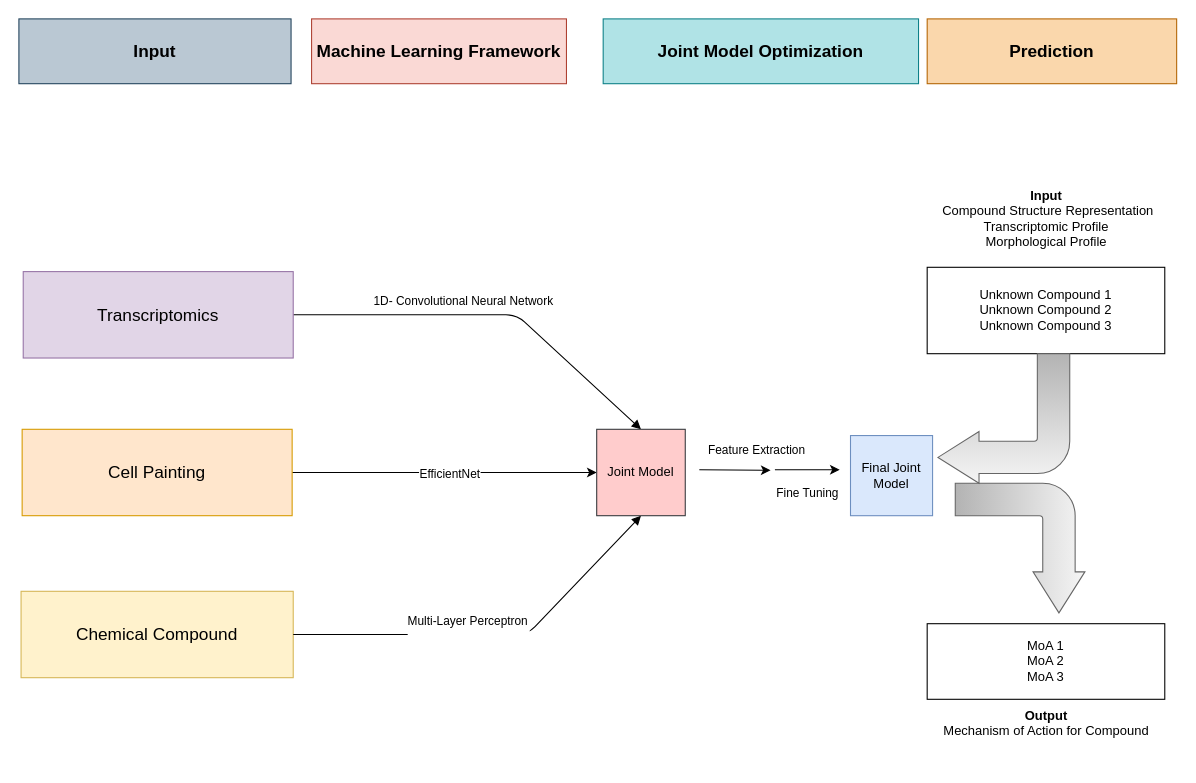
Before: page "Page-2" (2 of 2) of data_for_models/Algorithm_Rep.drawio in sverige16/m_thesis, a draw.io diagram. Source tidied: cells renumbered, new cells numbered last; positions are measured from the earlier drawing's top-left corner, leaving out a move shared by most shapes. Both pictures are drawn from the tidied source at 108%, with x=0, y=0 at pixel (18, 18).
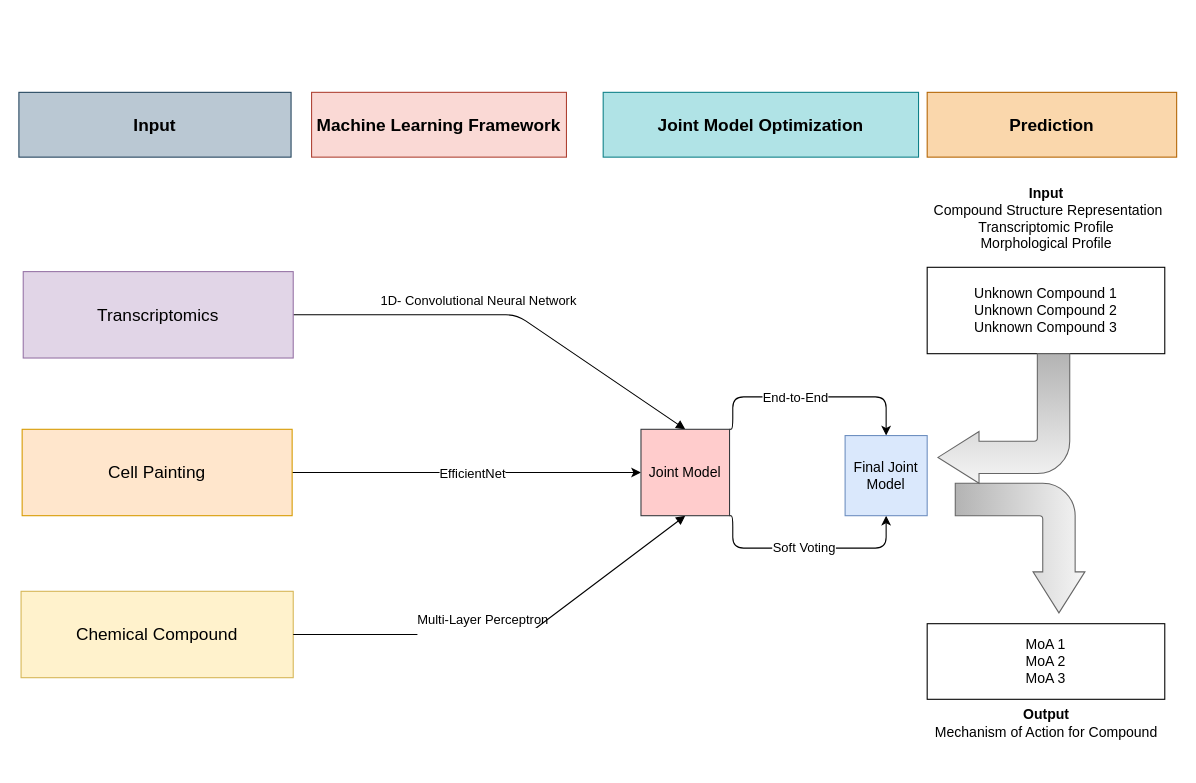
After the change.

Unchanged cells that the change refers to:
```xml
<mxCell id="3" value="&lt;font style=&quot;font-size: 16px;&quot;&gt;Transcriptomics&lt;br&gt;&lt;/font&gt;" style="rounded=0;whiteSpace=wrap;html=1;fillColor=#e1d5e7;strokeColor=#9673a6;" parent="1" vertex="1">
  <mxGeometry x="4" y="234" width="250" height="80" as="geometry" />
</mxCell>
<mxCell id="4" value="&lt;font style=&quot;font-size: 16px;&quot;&gt;Chemical Compound&lt;br&gt;&lt;/font&gt;" style="rounded=0;whiteSpace=wrap;html=1;fillColor=#fff2cc;strokeColor=#d6b656;" parent="1" vertex="1">
  <mxGeometry x="2" y="530" width="252" height="80" as="geometry" />
</mxCell>
<mxCell id="5" style="edgeStyle=orthogonalEdgeStyle;rounded=0;jettySize=auto;html=1;entryX=0;entryY=0.5;entryDx=0;entryDy=0;" parent="1" edge="1" source="7" target="9">
  <mxGeometry relative="1" as="geometry" />
</mxCell>
```

The edit, as a diff of the source:
```diff
@@
-    <mxCell id="2" value="1D- Convolutional Neural Network" style="verticalAlign=bottom;endArrow=block;shadow=0;strokeWidth=1;exitX=1;exitY=0.5;exitDx=0;exitDy=0;entryX=0.5;entryY=0;entryDx=0;entryDy=0;" parent="1" edge="1" source="3" target="9">
+    <mxCell id="2" value="1D- Convolutional Neural Network" style="verticalAlign=bottom;endArrow=block;shadow=0;strokeWidth=1;exitX=1;exitY=0.5;exitDx=0;exitDy=0;entryX=0.5;entryY=0;entryDx=0;entryDy=0;fontSize=12;" parent="1" edge="1" source="3" target="9">
       <mxGeometry x="-0.13" y="4" relative="1" as="geometry">
         <Array as="points">
           <mxPoint x="461" y="274" />
         </Array>
       </mxGeometry>
     </mxCell>
@@
-    <mxCell id="6" value="EfficientNet" style="edgeLabel;html=1;align=center;verticalAlign=middle;" parent="5" vertex="1">
+    <mxCell id="6" value="&lt;font style=&quot;font-size: 12px;&quot;&gt;EfficientNet&lt;/font&gt;" style="edgeLabel;html=1;align=center;verticalAlign=middle;" parent="5" vertex="1">
       <mxGeometry x="0.03" y="-1" relative="1" as="geometry" />
     </mxCell>
@@
-    <mxCell id="8" value="Multi-Layer Perceptron&#10;" style="verticalAlign=bottom;endArrow=block;shadow=0;strokeWidth=1;exitX=1;exitY=0.5;exitDx=0;exitDy=0;entryX=0.5;entryY=1;entryDx=0;entryDy=0;" parent="1" edge="1" source="4" target="9">
+    <mxCell id="8" value="Multi-Layer Perceptron&#10;" style="verticalAlign=bottom;endArrow=block;shadow=0;strokeWidth=1;exitX=1;exitY=0.5;exitDx=0;exitDy=0;entryX=0.5;entryY=1;entryDx=0;entryDy=0;fontSize=12;" parent="1" edge="1" source="4" target="9">
       <mxGeometry x="-0.12" y="-10" relative="1" as="geometry">
         <Array as="points">
           <mxPoint x="471" y="570" />
         </Array>
       </mxGeometry>
     </mxCell>
+    <mxCell id="24" style="edgeStyle=orthogonalEdgeStyle;jettySize=auto;html=1;exitX=1;exitY=0;exitDx=0;exitDy=0;entryX=0.5;entryY=0;entryDx=0;entryDy=0;rounded=1;" parent="1" edge="1" source="9" target="18">
+      <mxGeometry relative="1" as="geometry">
+        <Array as="points">
+          <mxPoint x="661" y="380" />
+          <mxPoint x="661" y="350" />
+          <mxPoint x="803" y="350" />
+        </Array>
+      </mxGeometry>
+    </mxCell>
+    <mxCell id="25" value="&lt;font style=&quot;font-size: 12px;&quot;&gt;End-to-End&lt;/font&gt;" style="edgeLabel;html=1;align=center;verticalAlign=middle;" parent="24" vertex="1">
+      <mxGeometry x="-0.15" relative="1" as="geometry" />
+    </mxCell>
+    <mxCell id="26" style="edgeStyle=orthogonalEdgeStyle;rounded=1;jettySize=auto;html=1;entryX=0.5;entryY=1;entryDx=0;entryDy=0;exitX=1;exitY=1;exitDx=0;exitDy=0;" parent="1" edge="1" source="9" target="18">
+      <mxGeometry relative="1" as="geometry">
+        <Array as="points">
+          <mxPoint x="661" y="460" />
+          <mxPoint x="661" y="490" />
+          <mxPoint x="803" y="490" />
+        </Array>
+      </mxGeometry>
+    </mxCell>
+    <mxCell id="27" value="&lt;font style=&quot;font-size: 12px;&quot;&gt;Soft Voting&lt;/font&gt;" style="edgeLabel;html=1;align=center;verticalAlign=middle;" parent="26" vertex="1">
+      <mxGeometry x="-0.04" y="1" relative="1" as="geometry" />
+    </mxCell>
-    <mxCell id="9" value="Joint Model" style="whiteSpace=wrap;html=1;fillColor=#ffcccc;strokeColor=#36393d;" parent="1" vertex="1">
-      <mxGeometry x="535" y="380" width="82" height="80" as="geometry" />
+    <mxCell id="9" value="&lt;font style=&quot;font-size: 13px;&quot;&gt;Joint Model&lt;/font&gt;" style="whiteSpace=wrap;html=1;fillColor=#ffcccc;strokeColor=#36393d;" parent="1" vertex="1">
+      <mxGeometry x="576" y="380" width="82" height="80" as="geometry" />
     </mxCell>
-    <mxCell id="10" value="&lt;div&gt;Unknown Compound 1&lt;/div&gt;&lt;div&gt;Unknown Compound 2 &lt;br&gt;&lt;/div&gt;&lt;div&gt;Unknown Compound 3&lt;br&gt;&lt;/div&gt;" style="rounded=0;whiteSpace=wrap;html=1;" parent="1" vertex="1">
+    <mxCell id="10" value="&lt;div style=&quot;font-size: 13px;&quot;&gt;&lt;font style=&quot;font-size: 13px;&quot;&gt;Unknown Compound 1&lt;/font&gt;&lt;/div&gt;&lt;div style=&quot;font-size: 13px;&quot;&gt;&lt;font style=&quot;font-size: 13px;&quot;&gt;Unknown Compound 2 &lt;br&gt;&lt;/font&gt;&lt;/div&gt;&lt;div style=&quot;font-size: 13px;&quot;&gt;&lt;font style=&quot;font-size: 13px;&quot;&gt;Unknown Compound 3&lt;br&gt;&lt;/font&gt;&lt;/div&gt;" style="rounded=0;whiteSpace=wrap;html=1;" parent="1" vertex="1">
       <mxGeometry x="841" y="230" width="220" height="80" as="geometry" />
     </mxCell>
@@
-    <mxCell id="13" value="&lt;div&gt;MoA 1&lt;/div&gt;&lt;div&gt;MoA 2&lt;/div&gt;&lt;div&gt;MoA 3&lt;br&gt;&lt;/div&gt;" style="rounded=0;whiteSpace=wrap;html=1;" parent="1" vertex="1">
+    <mxCell id="13" value="&lt;div style=&quot;font-size: 13px;&quot;&gt;&lt;font style=&quot;font-size: 13px;&quot;&gt;MoA 1&lt;/font&gt;&lt;/div&gt;&lt;div style=&quot;font-size: 13px;&quot;&gt;&lt;font style=&quot;font-size: 13px;&quot;&gt;MoA 2&lt;/font&gt;&lt;/div&gt;&lt;div style=&quot;font-size: 13px;&quot;&gt;&lt;font style=&quot;font-size: 13px;&quot;&gt;MoA 3&lt;br&gt;&lt;/font&gt;&lt;/div&gt;" style="rounded=0;whiteSpace=wrap;html=1;" parent="1" vertex="1">
       <mxGeometry x="841" y="560" width="220" height="70" as="geometry" />
     </mxCell>
-    <mxCell id="14" value="&lt;div&gt;&lt;b&gt;Output&lt;/b&gt;&lt;/div&gt;&lt;div&gt;Mechanism of Action for Compound&lt;/div&gt;&lt;div&gt;&lt;br&gt;&lt;/div&gt;" style="text;html=1;align=center;verticalAlign=middle;strokeColor=none;fillColor=none;fontSize=12;" parent="1" vertex="1">
-      <mxGeometry x="846" y="630" width="210" height="60" as="geometry" />
+    <mxCell id="14" value="&lt;div style=&quot;font-size: 13px;&quot;&gt;&lt;font style=&quot;font-size: 13px;&quot;&gt;&lt;b&gt;Output&lt;/b&gt;&lt;/font&gt;&lt;/div&gt;&lt;div style=&quot;font-size: 13px;&quot;&gt;&lt;font style=&quot;font-size: 13px;&quot;&gt;Mechanism of Action for Compound&lt;/font&gt;&lt;/div&gt;&lt;div style=&quot;font-size: 13px;&quot;&gt;&lt;font style=&quot;font-size: 13px;&quot;&gt;&lt;br&gt;&lt;/font&gt;&lt;/div&gt;" style="text;html=1;align=center;verticalAlign=middle;strokeColor=none;fillColor=none;fontSize=12;" parent="1" vertex="1">
+      <mxGeometry x="836" y="630" width="230" height="60" as="geometry" />
     </mxCell>
-    <mxCell id="15" style="endArrow=classic;html=1;rounded=0;" parent="1" edge="1">
-      <mxGeometry relative="1" as="geometry">
-        <mxPoint x="630" y="417.5" as="sourcePoint" />
-        <mxPoint x="696" y="418" as="targetPoint" />
-      </mxGeometry>
-    </mxCell>
-    <mxCell id="16" value="Feature Extraction" style="edgeLabel;html=1;align=center;verticalAlign=middle;" parent="15" vertex="1">
-      <mxGeometry x="-0.33" y="-1" relative="1" as="geometry">
-        <mxPoint x="31" y="-20" as="offset" />
-      </mxGeometry>
-    </mxCell>
-    <mxCell id="17" value="Fine Tuning" style="endArrow=classic;html=1;rounded=0;entryX=0;entryY=0.5;entryDx=0;entryDy=0;" parent="1" edge="1">
-      <mxGeometry y="-21" relative="1" as="geometry">
-        <mxPoint x="700" y="417.5" as="sourcePoint" />
-        <mxPoint x="760" y="417.5" as="targetPoint" />
-      </mxGeometry>
-    </mxCell>
-    <mxCell id="18" value="Final Joint Model" style="whiteSpace=wrap;html=1;fillColor=#dae8fc;strokeColor=#6c8ebf;" parent="1" vertex="1">
-      <mxGeometry x="770" y="385.8" width="76" height="74.2" as="geometry" />
+    <mxCell id="18" value="&lt;font style=&quot;font-size: 13px;&quot;&gt;Final Joint Model&lt;/font&gt;" style="whiteSpace=wrap;html=1;fillColor=#dae8fc;strokeColor=#6c8ebf;" parent="1" vertex="1">
+      <mxGeometry x="765" y="385.8" width="76" height="74.2" as="geometry" />
     </mxCell>
     <mxCell id="19" value="&lt;font style=&quot;font-size: 16px;&quot;&gt;Input&lt;/font&gt;" style="rounded=0;whiteSpace=wrap;html=1;fontStyle=1;fillColor=#bac8d3;strokeColor=#23445d;" parent="1" vertex="1">
-      <mxGeometry width="252" height="60" as="geometry" />
+      <mxGeometry y="68" width="252" height="60" as="geometry" />
     </mxCell>
     <mxCell id="20" value="&lt;b&gt;&lt;font style=&quot;font-size: 16px;&quot;&gt;Machine Learning Framework&lt;/font&gt;&lt;/b&gt;" style="rounded=0;whiteSpace=wrap;html=1;fillColor=#fad9d5;strokeColor=#ae4132;" parent="1" vertex="1">
-      <mxGeometry x="271" width="236" height="60" as="geometry" />
+      <mxGeometry x="271" y="68" width="236" height="60" as="geometry" />
     </mxCell>
     <mxCell id="21" value="&lt;b&gt;&lt;font style=&quot;font-size: 16px;&quot;&gt;Prediction&lt;/font&gt;&lt;/b&gt;" style="rounded=0;whiteSpace=wrap;html=1;fillColor=#fad7ac;strokeColor=#b46504;" parent="1" vertex="1">
-      <mxGeometry x="841" width="231" height="60" as="geometry" />
+      <mxGeometry x="841" y="68" width="231" height="60" as="geometry" />
     </mxCell>
     <mxCell id="22" value="&lt;b&gt;&lt;font style=&quot;font-size: 16px;&quot;&gt;Joint Model Optimization&lt;/font&gt;&lt;/b&gt;" style="rounded=0;whiteSpace=wrap;html=1;fillColor=#b0e3e6;strokeColor=#0e8088;" parent="1" vertex="1">
-      <mxGeometry x="541" width="292" height="60" as="geometry" />
+      <mxGeometry x="541" y="68" width="292" height="60" as="geometry" />
     </mxCell>
-    <mxCell id="23" value="&lt;div&gt;&lt;b&gt;Input&lt;/b&gt;&lt;/div&gt;&lt;div&gt;&amp;nbsp;Compound Structure Representation&lt;/div&gt;&lt;div&gt;Transcriptomic Profile&lt;br&gt;&lt;/div&gt;&lt;div&gt;Morphological Profile&lt;br&gt;&lt;/div&gt;" style="text;html=1;align=center;verticalAlign=middle;strokeColor=none;fillColor=none;fontSize=12;" parent="1" vertex="1">
-      <mxGeometry x="841" y="150" width="220" height="70" as="geometry" />
+    <mxCell id="23" value="&lt;div style=&quot;font-size: 13px;&quot;&gt;&lt;font style=&quot;font-size: 13px;&quot;&gt;&lt;b&gt;Input&lt;/b&gt;&lt;/font&gt;&lt;/div&gt;&lt;div style=&quot;font-size: 13px;&quot;&gt;&lt;font style=&quot;font-size: 13px;&quot;&gt;&amp;nbsp;Compound Structure Representation&lt;/font&gt;&lt;/div&gt;&lt;div style=&quot;font-size: 13px;&quot;&gt;&lt;font style=&quot;font-size: 13px;&quot;&gt;Transcriptomic Profile&lt;br&gt;&lt;/font&gt;&lt;/div&gt;&lt;div style=&quot;font-size: 13px;&quot;&gt;&lt;font style=&quot;font-size: 13px;&quot;&gt;Morphological Profile&lt;br&gt;&lt;/font&gt;&lt;/div&gt;" style="text;html=1;align=center;verticalAlign=middle;strokeColor=none;fillColor=none;fontSize=12;" parent="1" vertex="1">
+      <mxGeometry x="831" y="145" width="240" height="80" as="geometry" />
     </mxCell>
```
